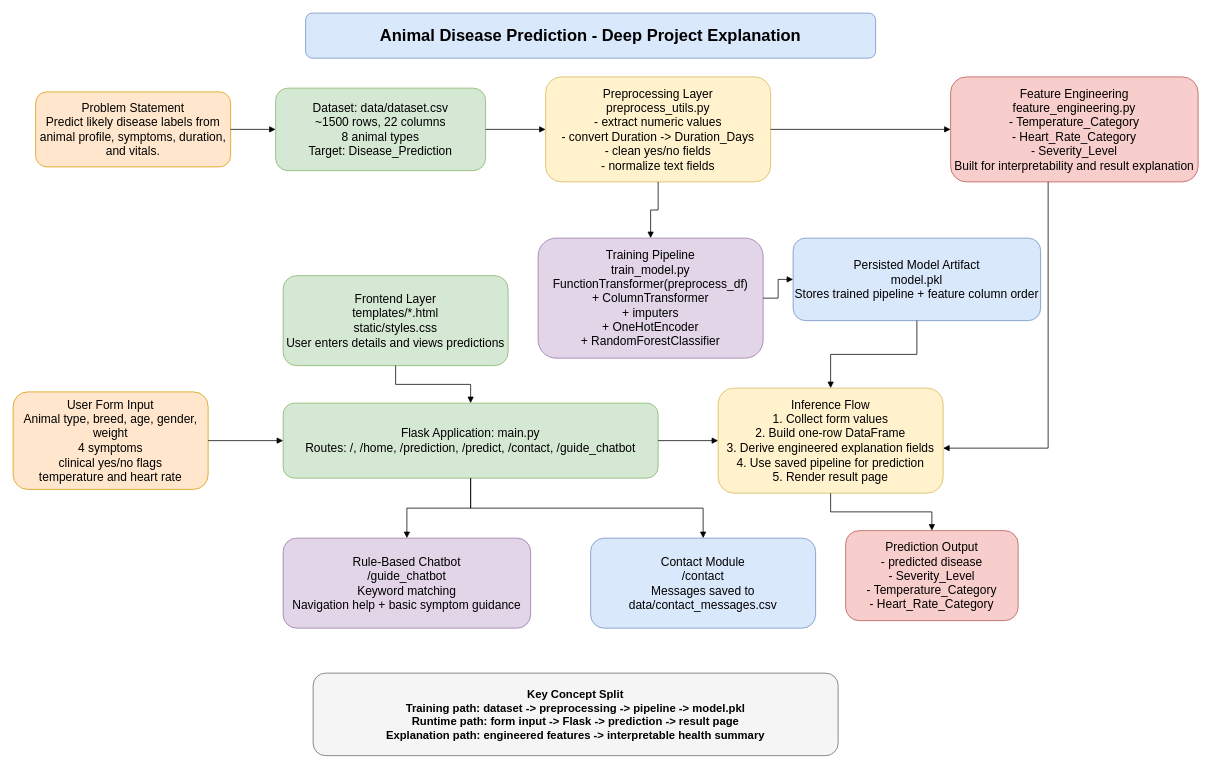
Earlier version of the draw.io diagram Architecture/explain.drawio (ManthanTerse/animal-disease-prediction_ml). Source tidied: cells renumbered, new cells numbered last; positions are measured from the earlier drawing's top-left corner, leaving out a move shared by most shapes. Both pictures are drawn from the tidied source at 75%, with x=0, y=0 at pixel (13, 13).
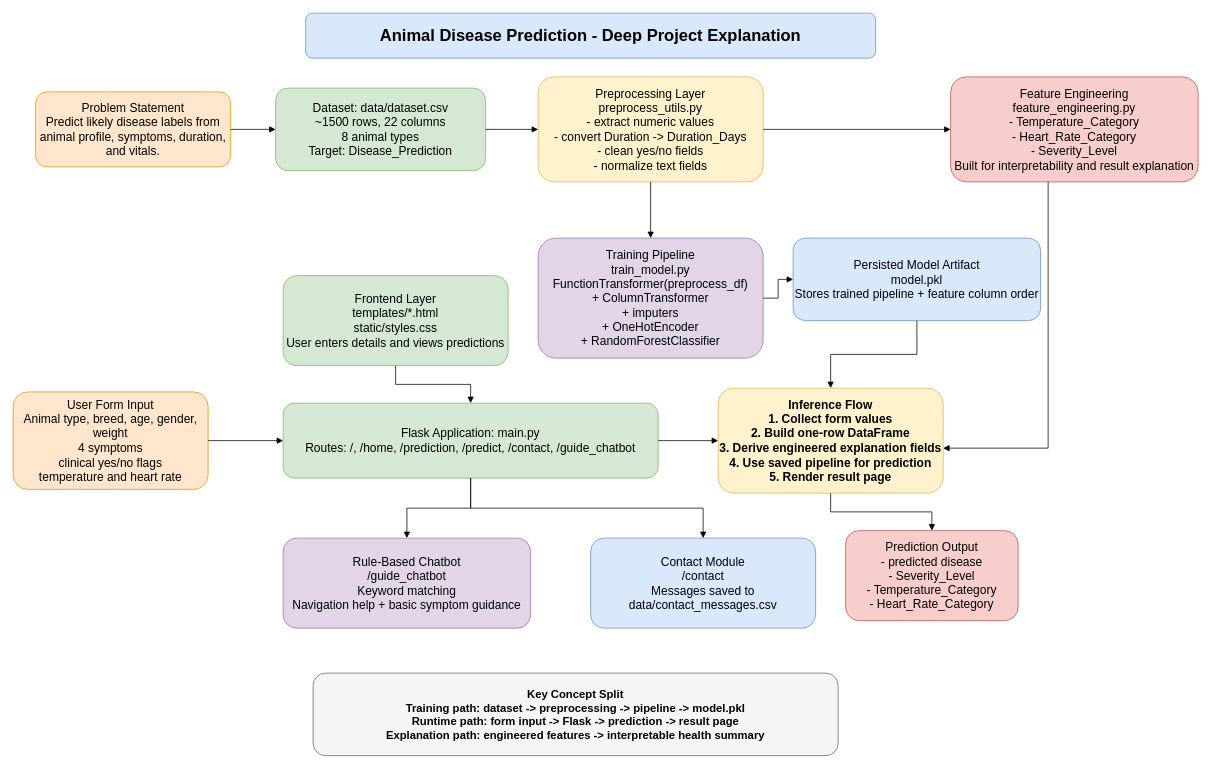
The same diagram, later.

What changed in the source:
```diff
@@
     <mxCell id="5" value="Preprocessing Layer&#10;preprocess_utils.py&#10;- extract numeric values&#10;- convert Duration -&gt; Duration_Days&#10;- clean yes/no fields&#10;- normalize text fields" style="rounded=1;whiteSpace=wrap;html=1;fontSize=16;fillColor=#fff2cc;strokeColor=#d6b656;" parent="1" vertex="1">
-      <mxGeometry x="710" y="85" width="300" height="140" as="geometry" />
+      <mxGeometry x="700" y="85" width="300" height="140" as="geometry" />
     </mxCell>
@@
-    <mxCell id="11" value="Inference Flow&#10;1. Collect form values&#10;2. Build one-row DataFrame&#10;3. Derive engineered explanation fields&#10;4. Use saved pipeline for prediction&#10;5. Render result page" style="rounded=1;whiteSpace=wrap;html=1;fontSize=16;fillColor=#fff2cc;strokeColor=#d6b656;" parent="1" vertex="1">
+    <mxCell id="11" value="Inference Flow&#10;1. Collect form values&#10;2. Build one-row DataFrame&#10;3. Derive engineered explanation fields&#10;4. Use saved pipeline for prediction&#10;5. Render result page" style="rounded=1;whiteSpace=wrap;html=1;fontSize=16;fillColor=#fff2cc;strokeColor=#d6b656;fontStyle=1;" parent="1" vertex="1">
       <mxGeometry x="940" y="500" width="300" height="140" as="geometry" />
     </mxCell>
```
